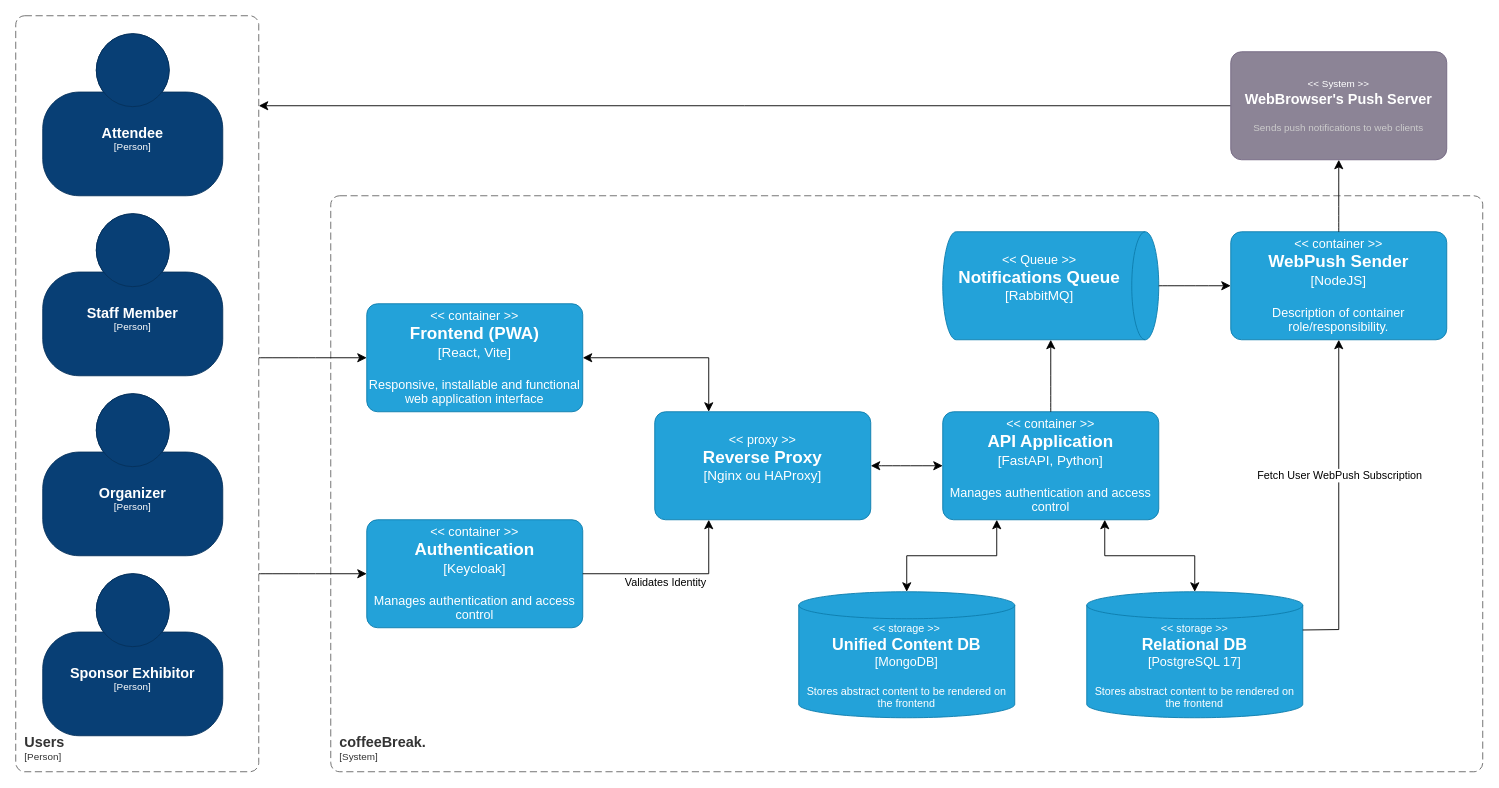
The draw.io diagram page "ContainersDiagramC4" (5 of 10) of coffeeBreak.drawio in PI-coffeeBreak/diagrams, before the edit. Source tidied: cells renumbered, new cells numbered last; positions are measured from the earlier drawing's top-left corner, leaving out a move shared by most shapes. Both pictures are drawn from the tidied source at 90%, with x=0, y=0 at pixel (15, 15).
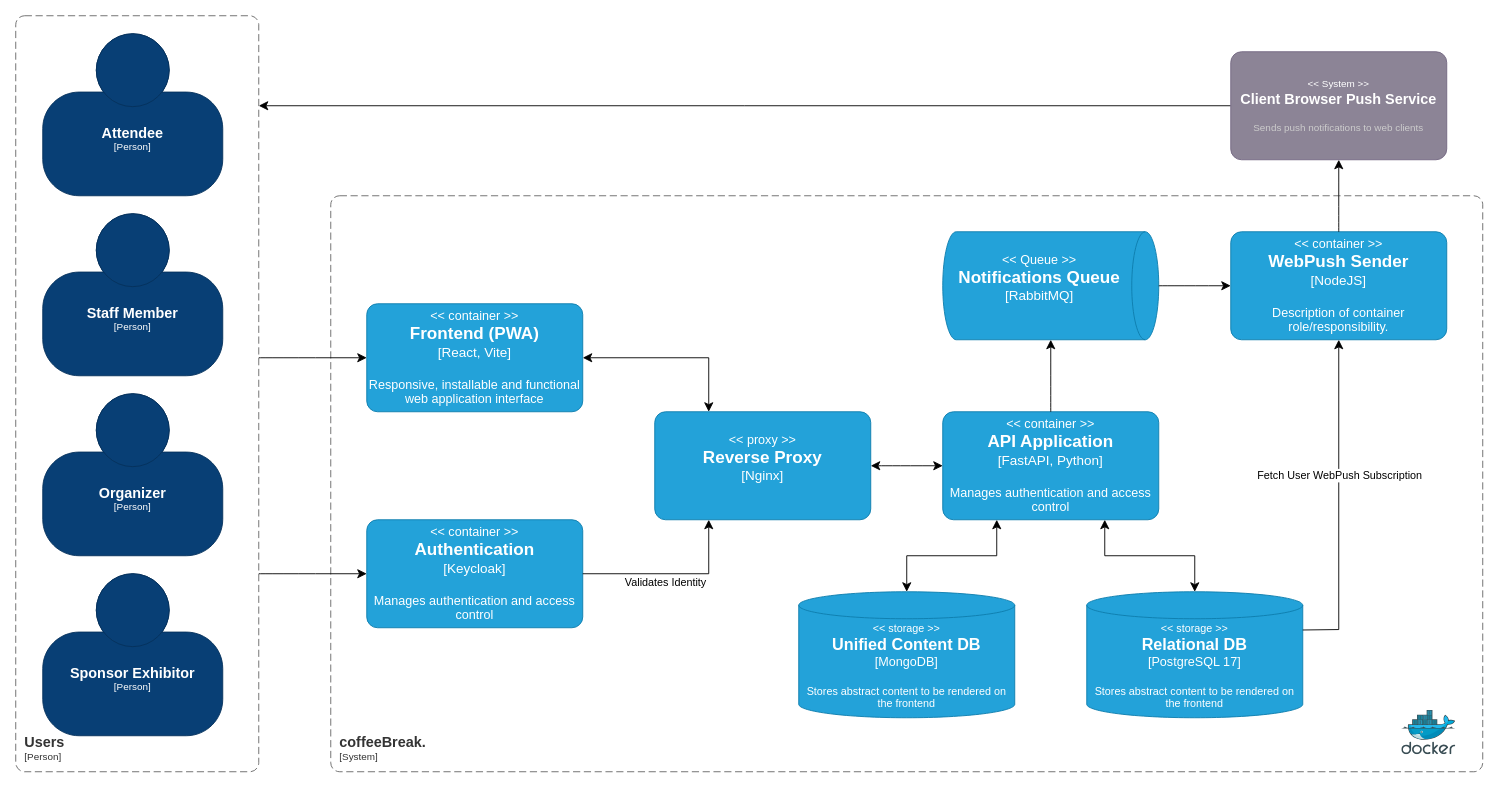
The same diagram, later.

Diff of the diagram source:
```diff
@@
-    <object id="2" label="&lt;font style=&quot;font-size: 14px&quot;&gt;&lt;div&gt;&lt;&lt; %c4Type% &gt;&gt;&lt;/div&gt;&lt;/font&gt;&lt;font style=&quot;font-size: 19px&quot;&gt;&lt;/div&gt;&lt;b&gt;%c4Name%&lt;/b&gt;&lt;/font&gt;&#10;&lt;font style=&quot;font-size: 15px&quot;&gt;&lt;div&gt;[%c4Technology%]&lt;/div&gt;&lt;/font&gt;&lt;br&gt;&lt;div&gt;&lt;font style=&quot;font-size: 14px&quot;&gt;%c4Description%&lt;/font&gt;&lt;/div&gt;" c4Description="" c4Name="Reverse Proxy" c4Technology="Nginx ou HAProxy" c4Type="proxy" placeholders="1">
+    <object id="2" label="&lt;font style=&quot;font-size: 14px&quot;&gt;&lt;div&gt;&lt;&lt; %c4Type% &gt;&gt;&lt;/div&gt;&lt;/font&gt;&lt;font style=&quot;font-size: 19px&quot;&gt;&lt;/div&gt;&lt;b&gt;%c4Name%&lt;/b&gt;&lt;/font&gt;&#10;&lt;font style=&quot;font-size: 15px&quot;&gt;&lt;div&gt;[%c4Technology%]&lt;/div&gt;&lt;/font&gt;&lt;br&gt;&lt;div&gt;&lt;font style=&quot;font-size: 14px&quot;&gt;%c4Description%&lt;/font&gt;&lt;/div&gt;" c4Description="" c4Name="Reverse Proxy" c4Technology="Nginx" c4Type="proxy" placeholders="1">
       <mxCell style="rounded=1;whiteSpace=wrap;html=1;fontSize=11;labelBackgroundColor=none;fillColor=#23A2D9;fontColor=#ffffff;align=center;arcSize=10;strokeColor=#0E7DAD;points=[[0.25,0,0],[0.5,0,0],[0.75,0,0],[1,0.25,0],[1,0.5,0],[1,0.75,0],[0.75,1,0],[0.5,1,0],[0.25,1,0],[0,0.75,0],[0,0.5,0],[0,0.25,0]];" parent="1" vertex="1">
         <mxGeometry x="710" y="440" width="240" height="120" as="geometry" />
       </mxCell>
     </object>
@@
-    <object id="5" label="&lt;font style=&quot;font-size: 11px&quot;&gt;&lt;div&gt;&lt;&lt; %c4Type% &gt;&gt;&lt;/div&gt;&lt;/font&gt;&lt;font style=&quot;font-size: 16px&quot;&gt;&lt;b&gt;%c4Name%&lt;/b&gt;&lt;/font&gt;&lt;br&gt;&lt;br&gt;&lt;div&gt;&lt;font style=&quot;font-size: 11px&quot;&gt;&lt;font color=&quot;#cccccc&quot;&gt;%c4Description%&lt;/font&gt;&lt;/div&gt;" c4Description="Sends push notifications to web clients" c4Name="WebBrowser's Push Server" c4Type="System" placeholders="1">
+    <object id="5" label="&lt;font style=&quot;font-size: 11px&quot;&gt;&lt;div&gt;&lt;&lt; %c4Type% &gt;&gt;&lt;/div&gt;&lt;/font&gt;&lt;font style=&quot;font-size: 16px&quot;&gt;&lt;b&gt;%c4Name%&lt;/b&gt;&lt;/font&gt;&lt;br&gt;&lt;br&gt;&lt;div&gt;&lt;font style=&quot;font-size: 11px&quot;&gt;&lt;font color=&quot;#cccccc&quot;&gt;%c4Description%&lt;/font&gt;&lt;/div&gt;" c4Description="Sends push notifications to web clients" c4Name="Client Browser Push Service" c4Type="System" placeholders="1">
       <mxCell style="rounded=1;whiteSpace=wrap;html=1;labelBackgroundColor=none;fillColor=#8C8496;fontColor=#ffffff;align=center;arcSize=10;strokeColor=#736782;points=[[0.25,0,0],[0.5,0,0],[0.75,0,0],[1,0.25,0],[1,0.5,0],[1,0.75,0],[0.75,1,0],[0.5,1,0],[0.25,1,0],[0,0.75,0],[0,0.5,0],[0,0.25,0]];" parent="1" vertex="1">
         <mxGeometry x="1350" y="40" width="240" height="120" as="geometry" />
       </mxCell>
     </object>
@@
+    <mxCell id="31" style="image;sketch=0;html=1;align=center;fontSize=12;image=img/lib/mscae/Docker.svg;" parent="1" vertex="1">
+      <mxGeometry x="1540" y="771.8" width="60" height="49.2" as="geometry" />
+    </mxCell>
```
